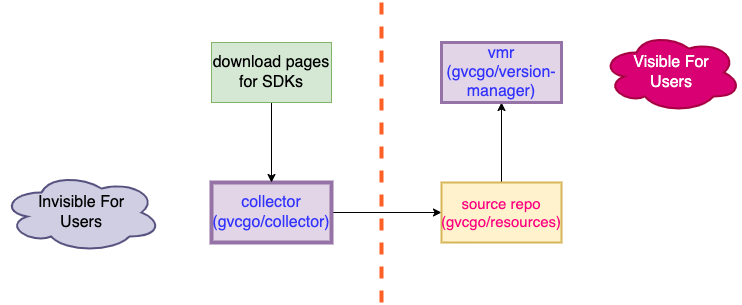
moqsien/img_repo keeps this draw.io diagram as framework.png. Above is the earlier version. Source tidied: cells renumbered, new cells last; positions are measured from the earlier drawing's top-left corner, leaving out a move shared by most shapes. The source it was exported from:
```xml
<mxGraphModel>
  <root>
    <mxCell id="0" />
    <mxCell id="1" parent="0" />
    <mxCell id="2" style="edgeStyle=none;html=1;" parent="1" edge="1" source="3" target="7">
      <mxGeometry relative="1" as="geometry" />
    </mxCell>
    <mxCell id="3" value="collector&lt;br style=&quot;font-size: 16px;&quot;&gt;(gvcgo/collector)" style="rounded=0;whiteSpace=wrap;html=1;fillColor=#e1d5e7;strokeColor=#9673a6;strokeWidth=4;fontSize=16;fontColor=#3333FF;" parent="1" vertex="1">
      <mxGeometry x="210" y="180" width="120" height="60" as="geometry" />
    </mxCell>
    <mxCell id="4" style="edgeStyle=none;html=1;" parent="1" edge="1" source="5" target="3">
      <mxGeometry relative="1" as="geometry" />
    </mxCell>
    <mxCell id="5" value="download pages for SDKs" style="rounded=0;whiteSpace=wrap;html=1;fillColor=#d5e8d4;strokeColor=#82b366;fontSize=16;" parent="1" vertex="1">
      <mxGeometry x="210" y="40" width="120" height="60" as="geometry" />
    </mxCell>
    <mxCell id="6" style="edgeStyle=none;html=1;" parent="1" edge="1" source="7" target="8">
      <mxGeometry relative="1" as="geometry" />
    </mxCell>
    <mxCell id="7" value="source repo&lt;br style=&quot;font-size: 15px;&quot;&gt;(gvcgo/resources)" style="rounded=0;whiteSpace=wrap;html=1;fillColor=#fff2cc;strokeColor=#d6b656;strokeWidth=2;fontSize=15;fontColor=#FF0080;" parent="1" vertex="1">
      <mxGeometry x="440" y="180" width="120" height="60" as="geometry" />
    </mxCell>
    <mxCell id="8" value="vmr&lt;br style=&quot;font-size: 16px;&quot;&gt;(gvcgo/version-manager)" style="rounded=0;whiteSpace=wrap;html=1;fillColor=#e1d5e7;strokeColor=#9673a6;strokeWidth=3;fontSize=16;fontColor=#3333FF;" parent="1" vertex="1">
      <mxGeometry x="440" y="40" width="120" height="60" as="geometry" />
    </mxCell>
    <mxCell id="9" style="endArrow=none;dashed=1;html=1;strokeWidth=4;strokeColor=#FF5E24;" parent="1" edge="1">
      <mxGeometry relative="1" as="geometry">
        <mxPoint x="380" y="300" as="sourcePoint" />
        <mxPoint x="380" as="targetPoint" />
      </mxGeometry>
    </mxCell>
    <mxCell id="10" value="Visible For&lt;br&gt;Users" style="ellipse;shape=cloud;whiteSpace=wrap;html=1;strokeWidth=2;fontSize=16;fillColor=#d80073;strokeColor=#A50040;fontColor=#ffffff;" parent="1" vertex="1">
      <mxGeometry x="600" y="30" width="140" height="80" as="geometry" />
    </mxCell>
    <mxCell id="11" value="Invisible For&lt;br&gt;Users" style="ellipse;shape=cloud;whiteSpace=wrap;html=1;strokeWidth=2;fontSize=16;fillColor=#d0cee2;strokeColor=#56517e;" parent="1" vertex="1">
      <mxGeometry y="170" width="160" height="80" as="geometry" />
    </mxCell>
  </root>
</mxGraphModel>
```
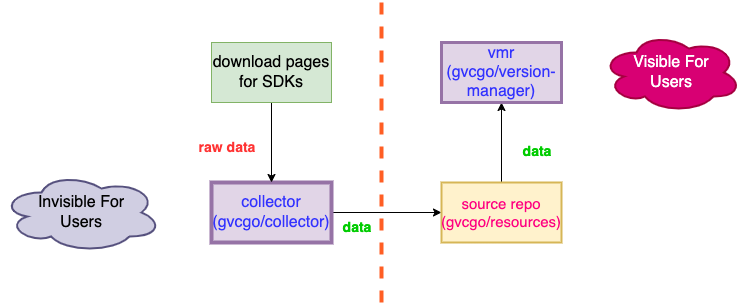
Above is the later version.

The edit, as a diff of the source:
```diff
@@ -8,7 +8,7 @@
     <mxCell id="3" value="collector&lt;br style=&quot;font-size: 16px;&quot;&gt;(gvcgo/collector)" style="rounded=0;whiteSpace=wrap;html=1;fillColor=#e1d5e7;strokeColor=#9673a6;strokeWidth=4;fontSize=16;fontColor=#3333FF;" parent="1" vertex="1">
       <mxGeometry x="210" y="180" width="120" height="60" as="geometry" />
     </mxCell>
-    <mxCell id="4" style="edgeStyle=none;html=1;" parent="1" edge="1" source="5" target="3">
+    <mxCell id="4" style="edgeStyle=none;html=1;align=center;" parent="1" edge="1" source="5" target="3">
       <mxGeometry relative="1" as="geometry" />
     </mxCell>
     <mxCell id="5" value="download pages for SDKs" style="rounded=0;whiteSpace=wrap;html=1;fillColor=#d5e8d4;strokeColor=#82b366;fontSize=16;" parent="1" vertex="1">
@@ -35,5 +35,14 @@
     <mxCell id="11" value="Invisible For&lt;br&gt;Users" style="ellipse;shape=cloud;whiteSpace=wrap;html=1;strokeWidth=2;fontSize=16;fillColor=#d0cee2;strokeColor=#56517e;" parent="1" vertex="1">
       <mxGeometry y="170" width="160" height="80" as="geometry" />
     </mxCell>
+    <mxCell id="12" value="raw data" style="text;html=1;strokeColor=none;fillColor=none;align=center;verticalAlign=middle;whiteSpace=wrap;rounded=0;fontColor=#FF3333;fontStyle=1;fontSize=14;" parent="1" vertex="1">
+      <mxGeometry x="196" y="130" width="60" height="30" as="geometry" />
+    </mxCell>
+    <mxCell id="13" value="data" style="text;html=1;strokeColor=none;fillColor=none;align=center;verticalAlign=middle;whiteSpace=wrap;rounded=0;fontSize=14;fontColor=#00CC00;fontStyle=1;" parent="1" vertex="1">
+      <mxGeometry x="326" y="210" width="60" height="30" as="geometry" />
+    </mxCell>
+    <mxCell id="14" value="data" style="text;html=1;strokeColor=none;fillColor=none;align=center;verticalAlign=middle;whiteSpace=wrap;rounded=0;fontSize=14;fontColor=#00CC00;fontStyle=1;" parent="1" vertex="1">
+      <mxGeometry x="506" y="134" width="60" height="30" as="geometry" />
+    </mxCell>
   </root>
 </mxGraphModel>
```
